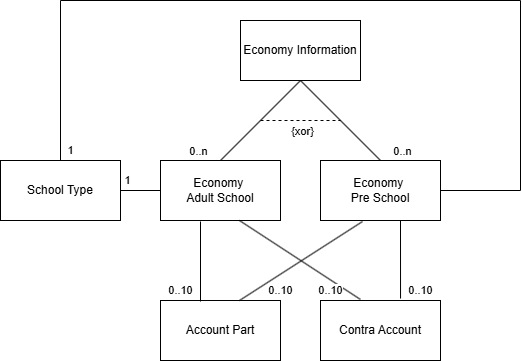
ExchangeServices/API keeps this draw.io diagram as Shared/Images/Economy-v1.png. Above is the earlier version. Source tidied: cells renumbered, new cells last; positions are measured from the earlier drawing's top-left corner, leaving out a move shared by most shapes.
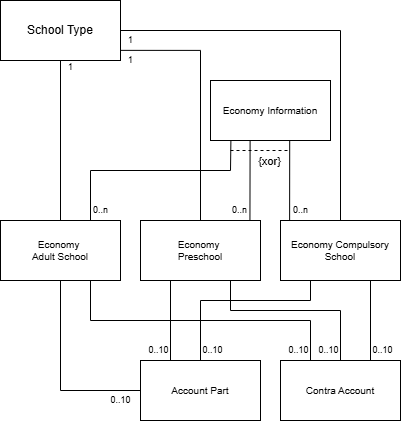
Later version of the same file.

Commit message:
Update of Economy API v1

Change to the diagram source:
```diff
@@ -2,78 +2,102 @@
   <root>
     <mxCell id="0" />
     <mxCell id="1" parent="0" />
-    <mxCell id="2" value="Economy Information" style="rounded=0;whiteSpace=wrap;html=1;" parent="1" vertex="1">
-      <mxGeometry x="240" y="20" width="120" height="60" as="geometry" />
+    <mxCell id="2" value="Economy Information" style="rounded=0;whiteSpace=wrap;html=1;fontSize=10;" parent="1" vertex="1">
+      <mxGeometry x="280" y="20" width="120" height="60" as="geometry" />
     </mxCell>
-    <mxCell id="3" value="Economy&amp;nbsp;&lt;div&gt;Adult School&lt;/div&gt;" style="rounded=0;whiteSpace=wrap;html=1;" parent="1" vertex="1">
-      <mxGeometry x="160" y="160" width="120" height="60" as="geometry" />
-    </mxCell>
-    <mxCell id="4" value="Economy&amp;nbsp;&lt;div&gt;Pre School&lt;/div&gt;" style="rounded=0;whiteSpace=wrap;html=1;" parent="1" vertex="1">
-      <mxGeometry x="320" y="160" width="120" height="60" as="geometry" />
+    <mxCell id="4" value="Economy&amp;nbsp;&lt;div&gt;Preschool&lt;/div&gt;" style="rounded=0;whiteSpace=wrap;html=1;fontSize=10;" parent="1" vertex="1">
+      <mxGeometry x="210" y="160" width="120" height="60" as="geometry" />
     </mxCell>
-    <mxCell id="5" value="0..n" style="endArrow=none;html=1;rounded=0;exitX=0.5;exitY=0;exitDx=0;exitDy=0;entryX=0.5;entryY=1;entryDx=0;entryDy=0;" parent="1" edge="1" source="3" target="2">
-      <mxGeometry x="-1" y="22" relative="1" as="geometry">
-        <mxPoint x="-6" y="7" as="offset" />
+    <mxCell id="5" value="0..n" style="endArrow=none;html=1;rounded=0;exitX=0.75;exitY=0;exitDx=0;exitDy=0;entryX=0.17;entryY=0.997;entryDx=0;entryDy=0;entryPerimeter=0;fontSize=9;" parent="1" edge="1" source="3" target="2">
+      <mxGeometry x="-0.91" y="-10" relative="1" as="geometry">
+        <Array as="points">
+          <mxPoint x="160" y="110" />
+          <mxPoint x="300" y="110" />
+        </Array>
       </mxGeometry>
     </mxCell>
-    <mxCell id="6" value="0..n" style="endArrow=none;html=1;rounded=0;exitX=0.5;exitY=0;exitDx=0;exitDy=0;entryX=0.5;entryY=1;entryDx=0;entryDy=0;" parent="1" edge="1" source="4" target="2">
-      <mxGeometry x="-1" y="-22" relative="1" as="geometry">
-        <mxPoint x="6" y="7" as="offset" />
-      </mxGeometry>
+    <mxCell id="6" value="0..n" style="endArrow=none;html=1;rounded=0;exitX=0.912;exitY=-0.011;exitDx=0;exitDy=0;entryX=0.33;entryY=0.994;entryDx=0;entryDy=0;exitPerimeter=0;entryPerimeter=0;fontSize=9;spacingRight=2;" parent="1" edge="1" source="4" target="2">
+      <mxGeometry x="-0.77" y="9" relative="1" as="geometry" />
     </mxCell>
+    <mxCell id="18" value="1" style="edgeStyle=orthogonalEdgeStyle;rounded=0;jettySize=auto;html=1;exitX=0.994;exitY=0.831;exitDx=0;exitDy=0;exitPerimeter=0;endArrow=none;endFill=0;fontSize=9;" parent="1" edge="1" source="7" target="4">
+      <mxGeometry x="-0.91" y="-10" relative="1" as="geometry" />
+    </mxCell>
     <mxCell id="7" value="School Type" style="rounded=0;whiteSpace=wrap;html=1;" parent="1" vertex="1">
-      <mxGeometry y="160" width="120" height="60" as="geometry" />
+      <mxGeometry x="70" y="-60" width="120" height="60" as="geometry" />
     </mxCell>
     <mxCell id="8" style="endArrow=none;dashed=1;html=1;rounded=0;" parent="1" edge="1">
       <mxGeometry relative="1" as="geometry">
-        <mxPoint x="260" y="120" as="sourcePoint" />
-        <mxPoint x="340" y="120" as="targetPoint" />
+        <mxPoint x="300" y="90" as="sourcePoint" />
+        <mxPoint x="360" y="90" as="targetPoint" />
       </mxGeometry>
     </mxCell>
     <mxCell id="9" value="{xor}" style="edgeLabel;html=1;align=center;verticalAlign=middle;" parent="8" vertex="1">
       <mxGeometry x="-0.38" y="-3" relative="1" as="geometry">
-        <mxPoint x="16" y="7" as="offset" />
+        <mxPoint x="19" y="7" as="offset" />
       </mxGeometry>
     </mxCell>
-    <mxCell id="10" value="1" style="endArrow=none;html=1;rounded=0;exitX=1;exitY=0.5;exitDx=0;exitDy=0;" parent="1" edge="1" source="7">
-      <mxGeometry x="-0.67" y="10" relative="1" as="geometry">
+    <mxCell id="10" value="1" style="endArrow=none;html=1;rounded=0;exitX=0.5;exitY=1;exitDx=0;exitDy=0;" parent="1" edge="1" source="3">
+      <mxGeometry x="-0.91" y="10" relative="1" as="geometry">
         <mxPoint x="160" y="190" as="targetPoint" />
       </mxGeometry>
     </mxCell>
-    <mxCell id="11" value="Account Part" style="rounded=0;whiteSpace=wrap;html=1;" parent="1" vertex="1">
-      <mxGeometry x="160" y="300" width="120" height="60" as="geometry" />
+    <mxCell id="11" value="Account Part" style="rounded=0;whiteSpace=wrap;html=1;fontSize=10;" parent="1" vertex="1">
+      <mxGeometry x="210" y="300" width="120" height="60" as="geometry" />
     </mxCell>
-    <mxCell id="12" value="Contra Account" style="rounded=0;whiteSpace=wrap;html=1;" parent="1" vertex="1">
-      <mxGeometry x="320" y="300" width="120" height="60" as="geometry" />
+    <mxCell id="12" value="Contra Account" style="rounded=0;whiteSpace=wrap;html=1;fontSize=10;" parent="1" vertex="1">
+      <mxGeometry x="350" y="300" width="120" height="60" as="geometry" />
     </mxCell>
-    <mxCell id="13" value="0..10" style="endArrow=none;html=1;rounded=0;exitX=0.5;exitY=0;exitDx=0;exitDy=0;" parent="1" edge="1">
-      <mxGeometry x="-0.72" y="20" relative="1" as="geometry">
-        <mxPoint x="200" y="301" as="sourcePoint" />
-        <mxPoint x="200" y="221" as="targetPoint" />
+    <mxCell id="13" value="0..10" style="endArrow=none;html=1;rounded=0;exitX=0;exitY=0.5;exitDx=0;exitDy=0;entryX=0.5;entryY=1;entryDx=0;entryDy=0;fontSize=9;" parent="1" edge="1" source="11" target="3">
+      <mxGeometry x="-0.79" y="10" relative="1" as="geometry">
+        <Array as="points">
+          <mxPoint x="130" y="330" />
+        </Array>
       </mxGeometry>
     </mxCell>
-    <mxCell id="14" value="0..10" style="endArrow=none;html=1;rounded=0;exitX=0.333;exitY=-0.017;exitDx=0;exitDy=0;exitPerimeter=0;entryX=0.658;entryY=1;entryDx=0;entryDy=0;entryPerimeter=0;" parent="1" edge="1" source="12" target="3">
-      <mxGeometry x="-0.58" y="9" relative="1" as="geometry" />
+    <mxCell id="14" value="0..10" style="endArrow=none;html=1;rounded=0;exitX=0.25;exitY=0;exitDx=0;exitDy=0;entryX=0.75;entryY=1;entryDx=0;entryDy=0;fontSize=9;spacingRight=4;" parent="1" edge="1" source="12" target="3">
+      <mxGeometry x="-0.93" y="10" relative="1" as="geometry">
+        <Array as="points">
+          <mxPoint x="380" y="260" />
+          <mxPoint x="160" y="260" />
+        </Array>
+      </mxGeometry>
     </mxCell>
-    <mxCell id="15" value="0..10" style="endArrow=none;html=1;rounded=0;entryX=0.35;entryY=1.017;entryDx=0;entryDy=0;entryPerimeter=0;" parent="1" edge="1" target="4">
-      <mxGeometry x="-0.45" y="-14" relative="1" as="geometry">
-        <mxPoint x="239" y="300" as="sourcePoint" />
-      </mxGeometry>
+    <mxCell id="15" value="0..10" style="endArrow=none;html=1;rounded=0;entryX=0.25;entryY=1;entryDx=0;entryDy=0;exitX=0.25;exitY=0;exitDx=0;exitDy=0;fontSize=9;spacingRight=4;" parent="1" edge="1" source="11" target="4">
+      <mxGeometry x="-0.75" y="10" relative="1" as="geometry" />
     </mxCell>
-    <mxCell id="16" value="0..10" style="endArrow=none;html=1;rounded=0;exitX=0.667;exitY=-0.033;exitDx=0;exitDy=0;exitPerimeter=0;" parent="1" edge="1" source="12">
-      <mxGeometry x="-0.79" y="-20" relative="1" as="geometry">
-        <mxPoint x="400" y="220" as="targetPoint" />
-      </mxGeometry>
+    <mxCell id="16" value="0..10" style="endArrow=none;html=1;rounded=0;exitX=0.75;exitY=0;exitDx=0;exitDy=0;entryX=0.75;entryY=1;entryDx=0;entryDy=0;fontSize=9;spacingLeft=3;" parent="1" edge="1" source="12" target="19">
+      <mxGeometry x="-0.75" y="-10" relative="1" as="geometry" />
     </mxCell>
-    <mxCell id="17" value="1" style="endArrow=none;html=1;rounded=0;entryX=1;entryY=0.5;entryDx=0;entryDy=0;" parent="1" edge="1" target="4">
-      <mxGeometry x="-0.98" y="-10" relative="1" as="geometry">
-        <mxPoint x="60" y="160" as="sourcePoint" />
-        <Array as="points">
-          <mxPoint x="60" />
-          <mxPoint x="520" />
-          <mxPoint x="520" y="190" />
-        </Array>
-      </mxGeometry>
-    </mxCell>
+    <mxCell id="19" value="Economy Compulsory School" style="rounded=0;whiteSpace=wrap;html=1;fontSize=10;" parent="1" vertex="1">
+      <mxGeometry x="350" y="160" width="120" height="60" as="geometry" />
+    </mxCell>
+    <mxCell id="20" value="0..n" style="endArrow=none;html=1;rounded=0;entryX=0.66;entryY=0.994;entryDx=0;entryDy=0;entryPerimeter=0;exitX=0.076;exitY=-0.006;exitDx=0;exitDy=0;exitPerimeter=0;fontSize=9;" parent="1" edge="1" source="19" target="2">
+      <mxGeometry x="-0.76" y="-11" relative="1" as="geometry" />
+    </mxCell>
+    <mxCell id="21" value="1" style="edgeStyle=orthogonalEdgeStyle;rounded=0;jettySize=auto;html=1;entryX=0.5;entryY=0;entryDx=0;entryDy=0;exitX=1;exitY=0.5;exitDx=0;exitDy=0;endArrow=none;endFill=0;fontSize=9;" parent="1" edge="1" source="7" target="19">
+      <mxGeometry x="-0.95" y="-10" relative="1" as="geometry" />
+    </mxCell>
+    <mxCell id="22" value="1" style="endArrow=none;html=1;rounded=0;exitX=0.5;exitY=1;exitDx=0;exitDy=0;fontSize=9;" parent="1" edge="1" source="7" target="3">
+      <mxGeometry x="-0.91" y="10" relative="1" as="geometry" />
+    </mxCell>
+    <mxCell id="3" value="Economy&amp;nbsp;&lt;div&gt;Adult School&lt;/div&gt;" style="rounded=0;whiteSpace=wrap;html=1;fontSize=10;" parent="1" vertex="1">
+      <mxGeometry x="70" y="160" width="120" height="60" as="geometry" />
+    </mxCell>
+    <mxCell id="23" value="0..10" style="endArrow=none;html=1;rounded=0;entryX=0.5;entryY=0;entryDx=0;entryDy=0;exitX=0.25;exitY=1;exitDx=0;exitDy=0;fontSize=9;spacingLeft=3;" parent="1" edge="1" source="19" target="11">
+      <mxGeometry x="0.89" y="10" relative="1" as="geometry">
+        <Array as="points">
+          <mxPoint x="380" y="240" />
+          <mxPoint x="270" y="240" />
+        </Array>
+      </mxGeometry>
+    </mxCell>
+    <mxCell id="24" value="0..10" style="endArrow=none;html=1;rounded=0;exitX=0.5;exitY=0;exitDx=0;exitDy=0;entryX=0.75;entryY=1;entryDx=0;entryDy=0;fontSize=9;spacingRight=4;" parent="1" edge="1" source="12" target="4">
+      <mxGeometry x="-0.89" y="10" relative="1" as="geometry">
+        <Array as="points">
+          <mxPoint x="410" y="250" />
+          <mxPoint x="300" y="250" />
+        </Array>
+      </mxGeometry>
+    </mxCell>
   </root>
 </mxGraphModel>
```
